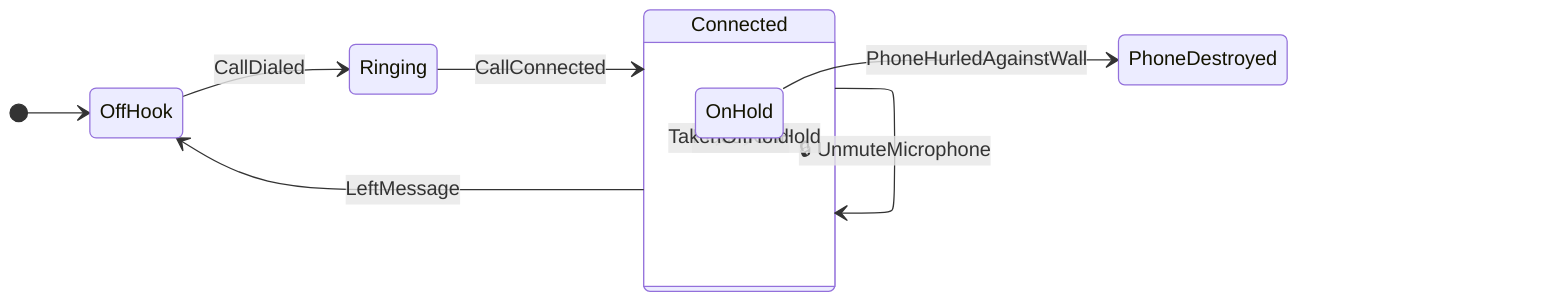
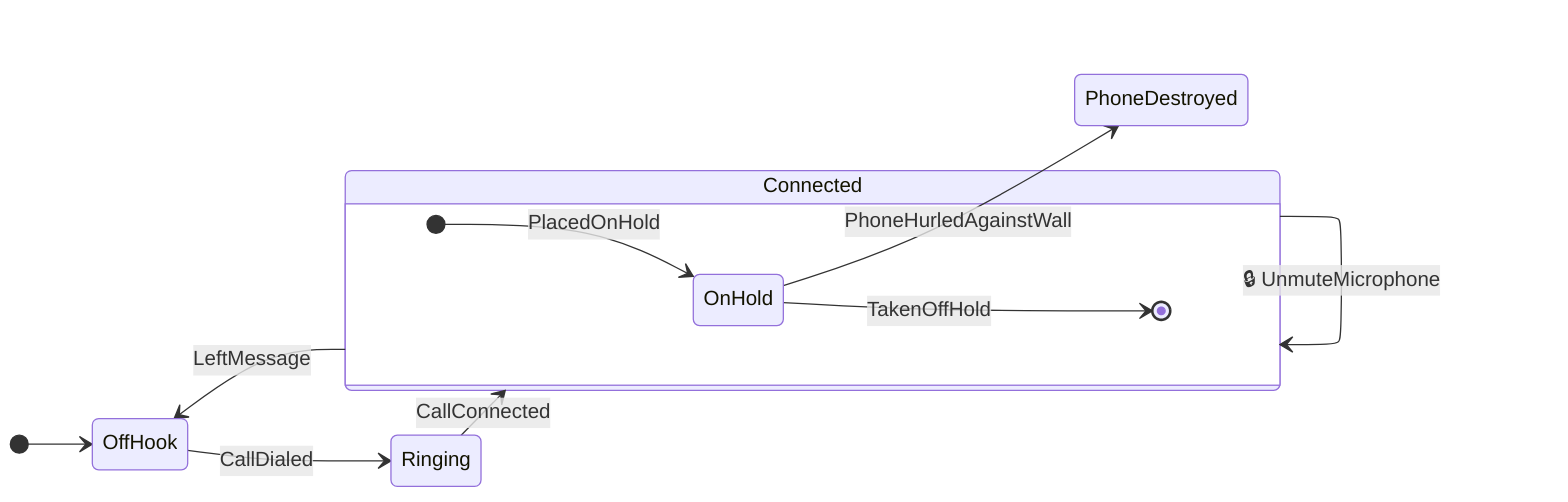
stateDiagram-v2
    direction LR

    [*] --> OffHook

    state Connected {
        OnHold
+         [*] --> OnHold : PlacedOnHold
+         OnHold --> [*] : TakenOffHold
    }

    Connected --> OffHook : LeftMessage
    Connected --> Connected : 🔒 MuteMicrophone
-     Connected --> OnHold : PlacedOnHold
    Connected --> Connected : 🔒 SetVolume
    Connected --> Connected : 🔒 UnmuteMicrophone
    OffHook --> Ringing : CallDialed
    OnHold --> PhoneDestroyed : PhoneHurledAgainstWall
-     OnHold --> Connected : TakenOffHold
    Ringing --> Connected : CallConnected
